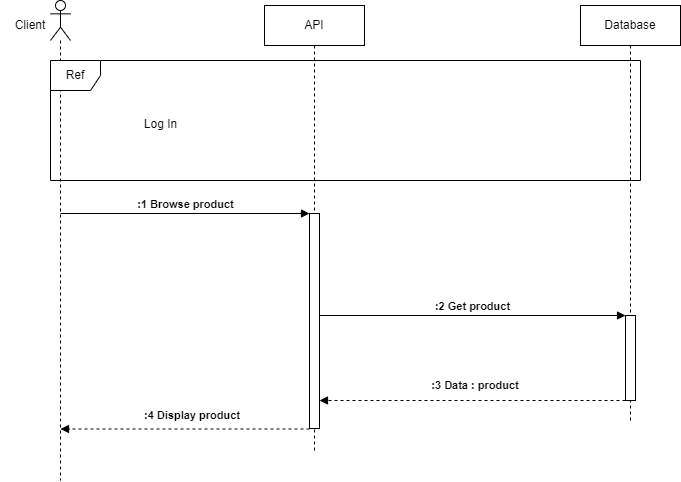
Before: diagrams/Browse bilmo product.png, a diagram exported from draw.io (Jexinte/Bilemo-API). Source tidied: cells renumbered, new cells last; positions are measured from the earlier drawing's top-left corner, leaving out a move shared by most shapes.
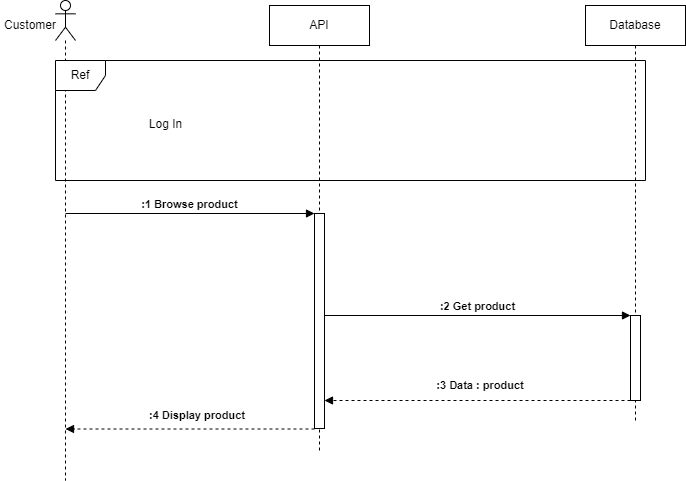
After the change.

Commit message:
update client typo to customer on sequence diagrams

Diff of the diagram source:
```diff
@@ -17,8 +17,8 @@
     <mxCell id="6" style="shape=umlLifeline;perimeter=lifelinePerimeter;whiteSpace=wrap;html=1;newEdgeStyle={&quot;edgeStyle&quot;:&quot;elbowEdgeStyle&quot;,&quot;elbow&quot;:&quot;vertical&quot;,&quot;curved&quot;:0,&quot;rounded&quot;:0};participant=umlActor;" parent="1" vertex="1">
       <mxGeometry x="50" width="20" height="480" as="geometry" />
     </mxCell>
-    <mxCell id="7" value="Client" style="text;html=1;strokeColor=none;fillColor=none;align=center;verticalAlign=middle;whiteSpace=wrap;rounded=0;" parent="1" vertex="1">
-      <mxGeometry y="10" width="60" height="30" as="geometry" />
+    <mxCell id="7" value="Customer" style="text;html=1;strokeColor=none;fillColor=none;align=center;verticalAlign=middle;whiteSpace=wrap;rounded=0;" parent="1" vertex="1">
+      <mxGeometry x="-5" y="10" width="60" height="30" as="geometry" />
     </mxCell>
     <mxCell id="8" value=":1 Browse product" style="html=1;verticalAlign=bottom;endArrow=block;edgeStyle=elbowEdgeStyle;elbow=vertical;curved=0;rounded=0;fontStyle=1;" parent="1" edge="1">
       <mxGeometry relative="1" as="geometry">
```
